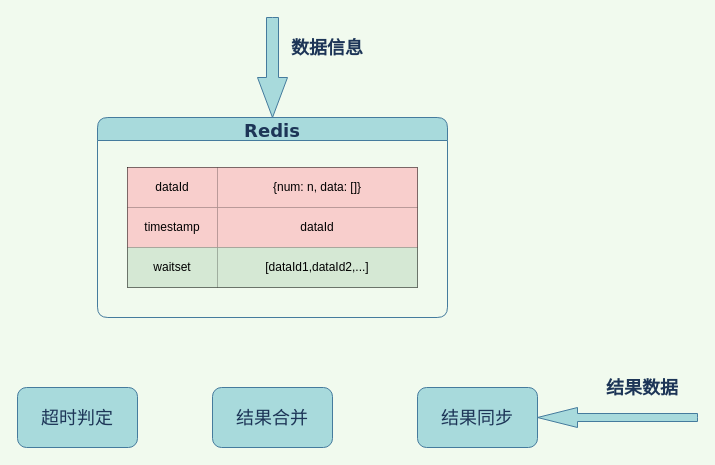
Before: engine_system/result_merge.drawio in xwzj01ht/diagrams, a draw.io diagram. Source tidied: cells renumbered, new cells numbered last; positions are measured from the earlier drawing's top-left corner, leaving out a move shared by most shapes. Both pictures are drawn from the tidied source at 100%, with x=0, y=0 at pixel (17, 17).
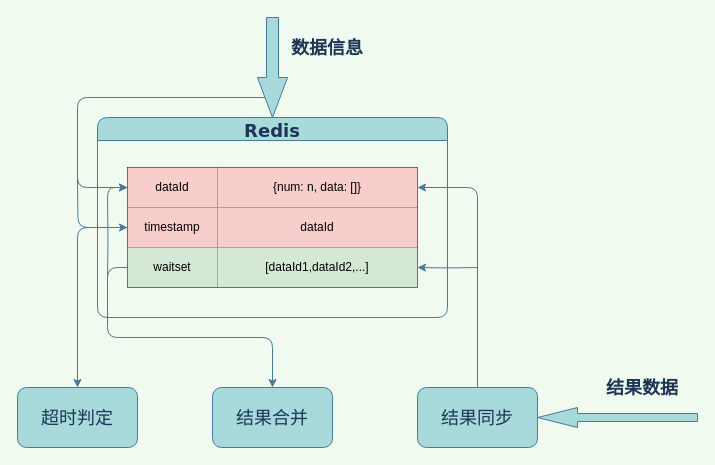
Above is the later version.

The change refers to these unchanged cells:
```xml
<mxCell id="2" value="Redis" style="swimlane;rounded=1;sketch=0;strokeColor=#457B9D;fillColor=#A8DADC;fontColor=#1D3557;fontSize=18;fontFamily=Verdana;" parent="1" vertex="1">
  <mxGeometry x="80" y="100" width="350" height="200" as="geometry" />
</mxCell>
<mxCell id="4" style="shape=partialRectangle;html=1;whiteSpace=wrap;fillColor=none;top=0;left=0;bottom=0;right=0;points=[[0,0.5],[1,0.5]];portConstraint=eastwest;" parent="3" vertex="1">
  <mxGeometry width="290" height="40" as="geometry" />
</mxCell>
<mxCell id="7" style="shape=partialRectangle;html=1;whiteSpace=wrap;fillColor=none;top=0;left=0;bottom=0;right=0;points=[[0,0.5],[1,0.5]];portConstraint=eastwest;" parent="3" vertex="1">
  <mxGeometry y="40" width="290" height="40" as="geometry" />
</mxCell>
<mxCell id="10" style="shape=partialRectangle;html=1;whiteSpace=wrap;fillColor=none;top=0;left=0;bottom=0;right=0;points=[[0,0.5],[1,0.5]];portConstraint=eastwest;" parent="3" vertex="1">
  <mxGeometry y="80" width="290" height="40" as="geometry" />
</mxCell>
<mxCell id="15" value="结果合并" style="rounded=1;whiteSpace=wrap;html=1;sketch=0;strokeColor=#457B9D;fillColor=#A8DADC;fontFamily=Verdana;fontSize=18;fontColor=#1D3557;" parent="1" vertex="1">
  <mxGeometry x="195" y="370" width="120" height="60" as="geometry" />
</mxCell>
<mxCell id="16" value="结果同步" style="rounded=1;whiteSpace=wrap;html=1;sketch=0;strokeColor=#457B9D;fillColor=#A8DADC;fontFamily=Verdana;fontSize=18;fontColor=#1D3557;" parent="1" vertex="1">
  <mxGeometry x="400" y="370" width="120" height="60" as="geometry" />
</mxCell>
<mxCell id="17" value="超时判定" style="rounded=1;whiteSpace=wrap;html=1;sketch=0;strokeColor=#457B9D;fillColor=#A8DADC;fontFamily=Verdana;fontSize=18;fontColor=#1D3557;" parent="1" vertex="1">
  <mxGeometry y="370" width="120" height="60" as="geometry" />
</mxCell>
```

Diff of the diagram source:
```diff
@@
+    <mxCell id="20" style="edgeStyle=orthogonalEdgeStyle;curved=0;rounded=1;sketch=0;jettySize=auto;html=1;exitX=0.5;exitY=0;exitDx=0;exitDy=0;entryX=0;entryY=0.5;entryDx=0;entryDy=0;strokeColor=#457B9D;fillColor=#A8DADC;fontFamily=Verdana;fontSize=18;fontColor=#1D3557;" parent="2" edge="1" source="2" target="4">
+      <mxGeometry relative="1" as="geometry">
+        <Array as="points">
+          <mxPoint x="175" y="-20" />
+          <mxPoint x="-20" y="-20" />
+          <mxPoint x="-20" y="70" />
+        </Array>
+      </mxGeometry>
+    </mxCell>
@@
+    <mxCell id="21" style="edgeStyle=orthogonalEdgeStyle;curved=0;rounded=1;sketch=0;jettySize=auto;html=1;exitX=0.5;exitY=0;exitDx=0;exitDy=0;strokeColor=#457B9D;fillColor=#A8DADC;fontFamily=Verdana;fontSize=18;fontColor=#1D3557;" parent="1" edge="1" source="16" target="4">
+      <mxGeometry relative="1" as="geometry" />
+    </mxCell>
@@
+    <mxCell id="22" style="edgeStyle=orthogonalEdgeStyle;curved=0;rounded=1;sketch=0;jettySize=auto;html=1;exitX=0;exitY=0.5;exitDx=0;exitDy=0;strokeColor=#457B9D;fillColor=#A8DADC;fontFamily=Verdana;fontSize=18;fontColor=#1D3557;entryX=0;entryY=0.5;entryDx=0;entryDy=0;" parent="1" edge="1" target="7">
+      <mxGeometry relative="1" as="geometry">
+        <mxPoint x="60" y="160" as="sourcePoint" />
+      </mxGeometry>
+    </mxCell>
+    <mxCell id="23" style="edgeStyle=orthogonalEdgeStyle;curved=0;rounded=1;sketch=0;jettySize=auto;html=1;exitX=1;exitY=0.5;exitDx=0;exitDy=0;strokeColor=#457B9D;fillColor=#A8DADC;fontFamily=Verdana;fontSize=18;fontColor=#1D3557;entryX=1;entryY=0.5;entryDx=0;entryDy=0;" parent="1" edge="1" target="10">
+      <mxGeometry relative="1" as="geometry">
+        <mxPoint x="460" y="250" as="sourcePoint" />
+      </mxGeometry>
+    </mxCell>
+    <mxCell id="24" style="edgeStyle=orthogonalEdgeStyle;curved=0;rounded=1;sketch=0;jettySize=auto;html=1;strokeColor=#457B9D;fillColor=#A8DADC;fontFamily=Verdana;fontSize=18;fontColor=#1D3557;entryX=0.5;entryY=0;entryDx=0;entryDy=0;" parent="1" edge="1" source="7" target="17">
+      <mxGeometry relative="1" as="geometry" />
+    </mxCell>
+    <mxCell id="25" style="edgeStyle=orthogonalEdgeStyle;curved=0;rounded=1;sketch=0;jettySize=auto;html=1;strokeColor=#457B9D;fillColor=#A8DADC;fontFamily=Verdana;fontSize=18;fontColor=#1D3557;entryX=0.5;entryY=0;entryDx=0;entryDy=0;" parent="1" edge="1" source="10" target="15">
+      <mxGeometry relative="1" as="geometry" />
+    </mxCell>
+    <mxCell id="26" style="edgeStyle=orthogonalEdgeStyle;curved=0;rounded=1;sketch=0;jettySize=auto;html=1;exitX=0;exitY=0.5;exitDx=0;exitDy=0;strokeColor=#457B9D;fillColor=#A8DADC;fontFamily=Verdana;fontSize=18;fontColor=#1D3557;entryX=0;entryY=0.5;entryDx=0;entryDy=0;" parent="1" edge="1" target="4">
+      <mxGeometry relative="1" as="geometry">
+        <mxPoint x="90" y="260" as="sourcePoint" />
+      </mxGeometry>
+    </mxCell>
```
